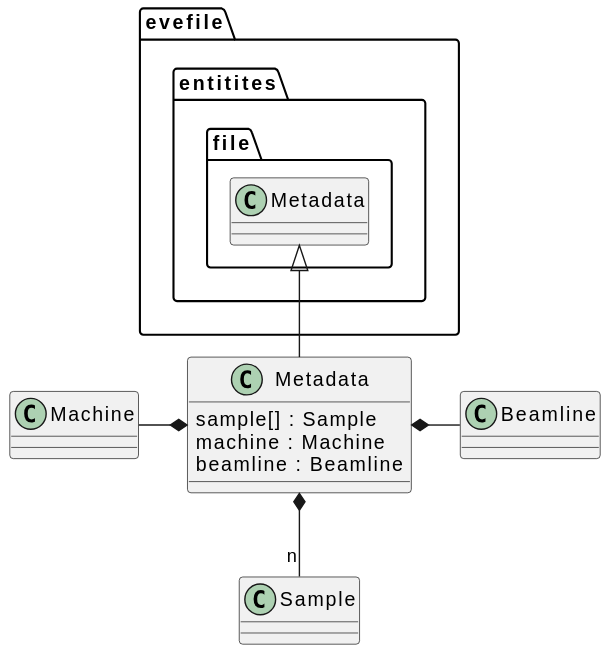
The PlantUML diagram docs/uml/evedata.measurement.entities.metadata.svg in tillbiskup/evedata, before a commit. The source it was exported from:
```plantuml
@startuml

class Metadata extends evefile.entitites.file.Metadata {
    sample[] : Sample
    machine : Machine
    beamline : Beamline
}

class Sample {
}

class Machine {
}

class Beamline {
}

Metadata *- Beamline
Metadata *-- "n" Sample
Machine -* Metadata
@enduml
```
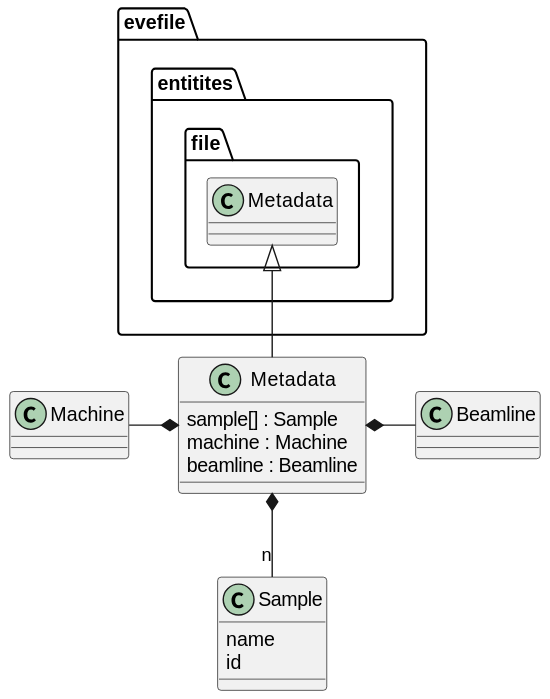
After the commit.

Change to the diagram source:
```diff
@@ -7,6 +7,8 @@
 }
 
 class Sample {
+    name
+    id
 }
 
 class Machine {
```
